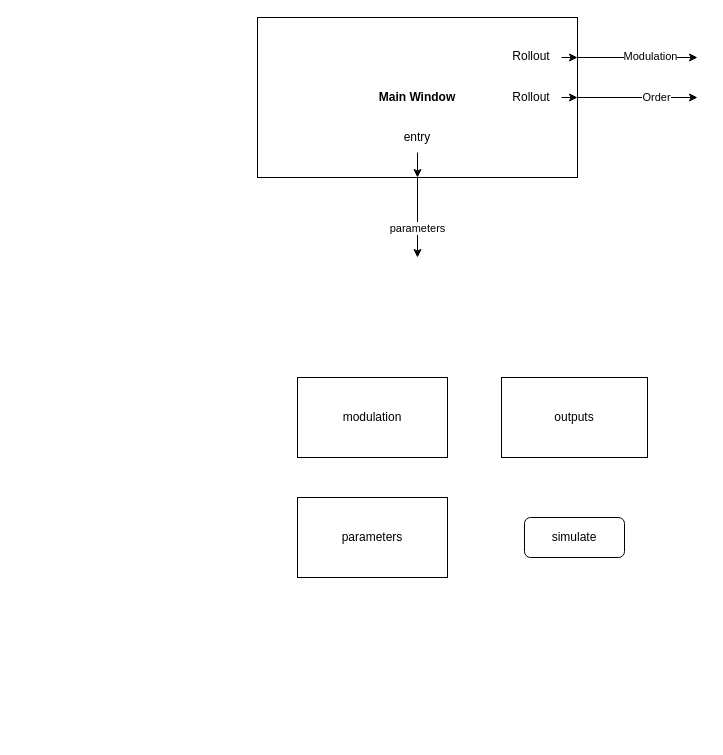
This is page "Stránka-1" (1 of 2) of diagram.drawio from jurkovicmartin/Bakal-ka, a draw.io file, before an edit. Source tidied: cells renumbered, new cells numbered last; positions are measured from the earlier drawing's top-left corner, leaving out a move shared by most shapes. Both pictures are drawn from the tidied source at 100%, with x=0, y=0 at pixel (257, 17).
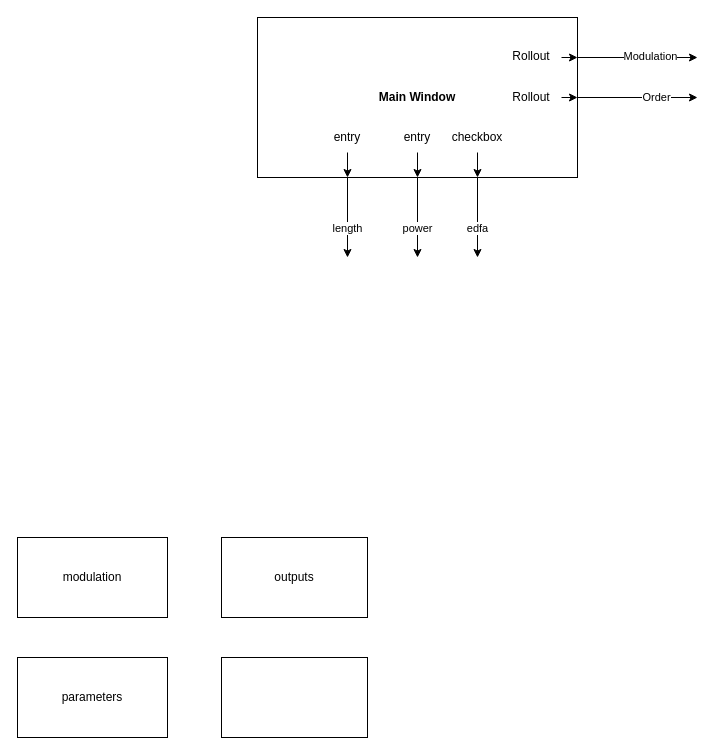
Above is the later version.

The change refers to these unchanged cells:
```xml
<mxCell id="7" style="endArrow=classic;html=1;rounded=0;exitX=0.5;exitY=1;exitDx=0;exitDy=0;" parent="1" edge="1" source="2">
  <mxGeometry relative="1" as="geometry">
    <mxPoint x="160" y="240" as="targetPoint" />
  </mxGeometry>
</mxCell>
```

What changed in the source:
```diff
@@
-    <mxCell id="8" value="parameters" style="edgeLabel;html=1;align=center;verticalAlign=middle;" parent="7" vertex="1">
+    <mxCell id="8" value="power" style="edgeLabel;html=1;align=center;verticalAlign=middle;" parent="7" vertex="1">
       <mxGeometry x="0.25" y="-1" relative="1" as="geometry" />
     </mxCell>
@@
     <mxCell id="15" value="modulation" style="rounded=0;whiteSpace=wrap;html=1;" parent="1" vertex="1">
-      <mxGeometry x="40" y="360" width="150" height="80" as="geometry" />
+      <mxGeometry x="-240" y="520" width="150" height="80" as="geometry" />
     </mxCell>
     <mxCell id="16" value="parameters" style="rounded=0;whiteSpace=wrap;html=1;" parent="1" vertex="1">
-      <mxGeometry x="40" y="480" width="150" height="80" as="geometry" />
+      <mxGeometry x="-240" y="640" width="150" height="80" as="geometry" />
     </mxCell>
-    <mxCell id="17" value="simulate" style="rounded=1;whiteSpace=wrap;html=1;" parent="1" vertex="1">
-      <mxGeometry x="267" y="500" width="100" height="40" as="geometry" />
-    </mxCell>
     <mxCell id="18" value="outputs" style="rounded=0;whiteSpace=wrap;html=1;" parent="1" vertex="1">
-      <mxGeometry x="244" y="360" width="146" height="80" as="geometry" />
+      <mxGeometry x="-36" y="520" width="146" height="80" as="geometry" />
     </mxCell>
+    <mxCell id="19" style="rounded=0;whiteSpace=wrap;html=1;" parent="1" vertex="1">
+      <mxGeometry x="-36" y="640" width="146" height="80" as="geometry" />
+    </mxCell>
+    <mxCell id="20" style="endArrow=classic;html=1;rounded=0;exitX=0.5;exitY=1;exitDx=0;exitDy=0;" parent="1" edge="1">
+      <mxGeometry relative="1" as="geometry">
+        <mxPoint x="90" y="160" as="sourcePoint" />
+        <mxPoint x="90" y="240" as="targetPoint" />
+      </mxGeometry>
+    </mxCell>
+    <mxCell id="21" value="length" style="edgeLabel;html=1;align=center;verticalAlign=middle;" parent="20" vertex="1">
+      <mxGeometry x="0.25" y="-1" relative="1" as="geometry" />
+    </mxCell>
+    <mxCell id="22" style="edgeStyle=orthogonalEdgeStyle;rounded=0;jettySize=auto;html=1;exitX=0.5;exitY=1;exitDx=0;exitDy=0;entryX=0.5;entryY=1;entryDx=0;entryDy=0;" parent="1" edge="1" source="23">
+      <mxGeometry relative="1" as="geometry">
+        <mxPoint x="90" y="160" as="targetPoint" />
+      </mxGeometry>
+    </mxCell>
+    <mxCell id="23" value="entry" style="text;html=1;strokeColor=none;fillColor=none;align=center;verticalAlign=middle;whiteSpace=wrap;rounded=0;" parent="1" vertex="1">
+      <mxGeometry x="60" y="105" width="60" height="30" as="geometry" />
+    </mxCell>
+    <mxCell id="24" style="endArrow=classic;html=1;rounded=0;exitX=0.5;exitY=1;exitDx=0;exitDy=0;" parent="1" edge="1">
+      <mxGeometry relative="1" as="geometry">
+        <mxPoint x="220" y="160" as="sourcePoint" />
+        <mxPoint x="220" y="240" as="targetPoint" />
+      </mxGeometry>
+    </mxCell>
+    <mxCell id="25" value="edfa" style="edgeLabel;html=1;align=center;verticalAlign=middle;" parent="24" vertex="1">
+      <mxGeometry x="0.25" y="-1" relative="1" as="geometry" />
+    </mxCell>
+    <mxCell id="26" style="edgeStyle=orthogonalEdgeStyle;rounded=0;jettySize=auto;html=1;exitX=0.5;exitY=1;exitDx=0;exitDy=0;entryX=0.5;entryY=1;entryDx=0;entryDy=0;" parent="1" edge="1" source="27">
+      <mxGeometry relative="1" as="geometry">
+        <mxPoint x="220" y="160" as="targetPoint" />
+      </mxGeometry>
+    </mxCell>
+    <mxCell id="27" value="checkbox" style="text;html=1;strokeColor=none;fillColor=none;align=center;verticalAlign=middle;whiteSpace=wrap;rounded=0;" parent="1" vertex="1">
+      <mxGeometry x="190" y="105" width="60" height="30" as="geometry" />
+    </mxCell>
```
